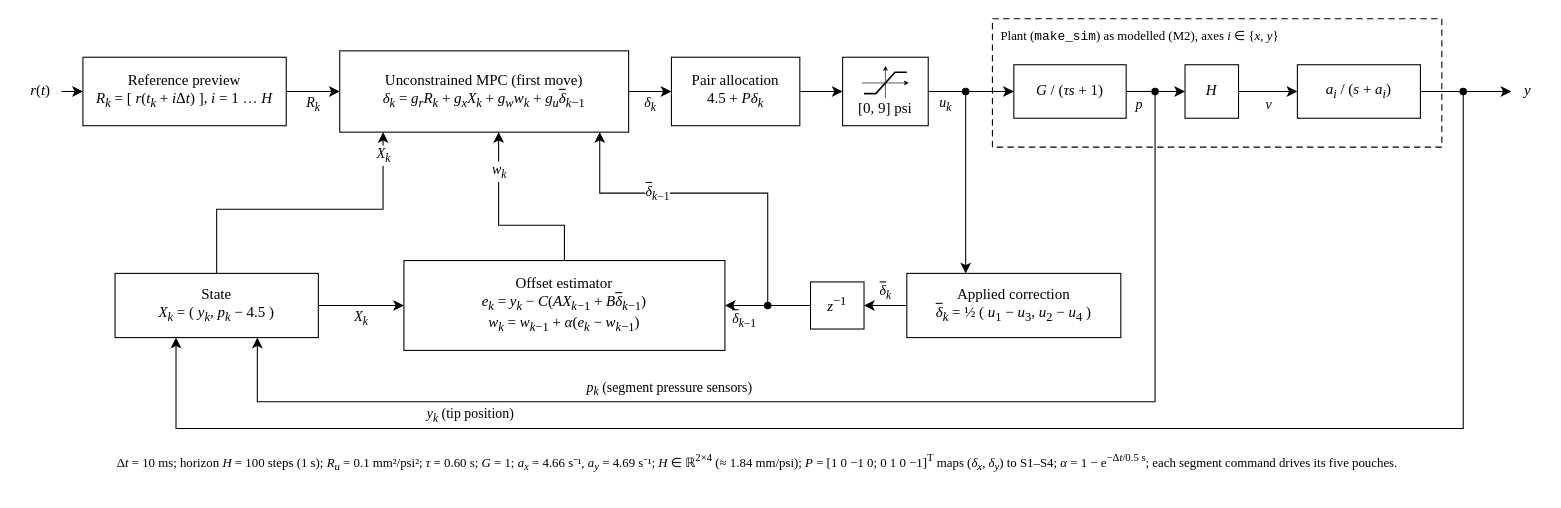
Above: page "MPC M2 submission (IEEE)" (1 of 7) of docs/diagrams/controllers.drawio in ibraheem-111/soft-pneumatic-arm-control (draw.io), before the change. Source tidied: cells renumbered, new cells numbered last; positions are measured from the earlier drawing's top-left corner, leaving out a move shared by most shapes. Both pictures are drawn from the tidied source at 107%, with x=0, y=0 at pixel (18, 18).
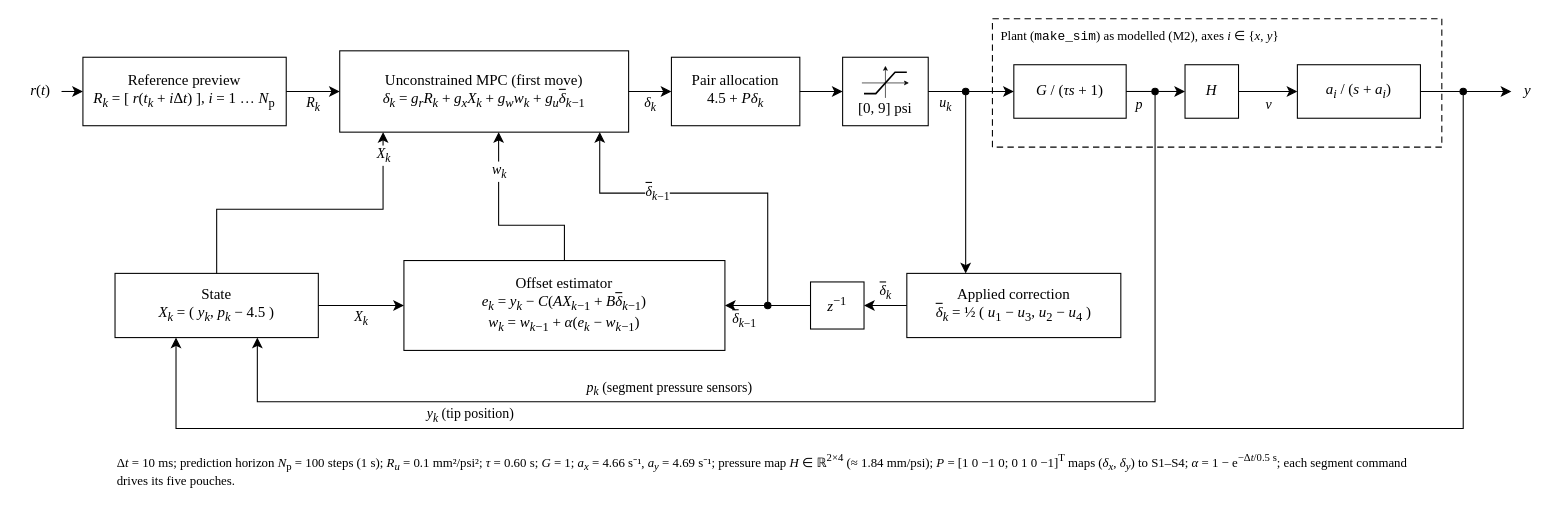
After the change.

Commit message (it also covers changes not shown here):
Diagrams: call the MPC horizon N_p so H only names the pressure map

The IEEE page used H for both the prediction horizon and the 2x4 pressure map.
The horizon is now N_p on the IEEE and Simulink pages, and the notes say
'pressure map H'.

The edit, as a diff of the source:
```diff
@@
-    <mxCell id="3" value="Reference preview&lt;br&gt;&lt;i&gt;R&lt;/i&gt;&lt;sub&gt;&lt;i&gt;k&lt;/i&gt;&lt;/sub&gt; = [ &lt;i&gt;r&lt;/i&gt;(&lt;i&gt;t&lt;/i&gt;&lt;sub&gt;&lt;i&gt;k&lt;/i&gt;&lt;/sub&gt; + &lt;i&gt;i&lt;/i&gt;Δ&lt;i&gt;t&lt;/i&gt;) ], &lt;i&gt;i&lt;/i&gt; = 1 … &lt;i&gt;H&lt;/i&gt;" style="rounded=0;whiteSpace=wrap;html=1;fillColor=#FFFFFF;strokeColor=#000000;strokeWidth=1;fontSize=14;fontFamily=Times New Roman;fontColor=#000000;" parent="1" vertex="1">
+    <mxCell id="3" value="Reference preview&lt;br&gt;&lt;i&gt;R&lt;/i&gt;&lt;sub&gt;&lt;i&gt;k&lt;/i&gt;&lt;/sub&gt; = [ &lt;i&gt;r&lt;/i&gt;(&lt;i&gt;t&lt;/i&gt;&lt;sub&gt;&lt;i&gt;k&lt;/i&gt;&lt;/sub&gt; + &lt;i&gt;i&lt;/i&gt;Δ&lt;i&gt;t&lt;/i&gt;) ], &lt;i&gt;i&lt;/i&gt; = 1 … &lt;i&gt;N&lt;/i&gt;&lt;sub&gt;p&lt;/sub&gt;" style="rounded=0;whiteSpace=wrap;html=1;fillColor=#FFFFFF;strokeColor=#000000;strokeWidth=1;fontSize=14;fontFamily=Times New Roman;fontColor=#000000;" parent="1" vertex="1">
       <mxGeometry x="60" y="36" width="190" height="64" as="geometry" />
     </mxCell>
@@
-    <mxCell id="44" value="Δ&lt;i&gt;t&lt;/i&gt; = 10 ms; horizon &lt;i&gt;H&lt;/i&gt; = 100 steps (1 s); &lt;i&gt;R&lt;/i&gt;&lt;sub&gt;&lt;i&gt;u&lt;/i&gt;&lt;/sub&gt; = 0.1 mm²/psi²; &lt;i&gt;τ&lt;/i&gt; = 0.60 s; &lt;i&gt;G&lt;/i&gt; = 1; &lt;i&gt;a&lt;/i&gt;&lt;sub&gt;&lt;i&gt;x&lt;/i&gt;&lt;/sub&gt; = 4.66 s⁻¹, &lt;i&gt;a&lt;/i&gt;&lt;sub&gt;&lt;i&gt;y&lt;/i&gt;&lt;/sub&gt; = 4.69 s⁻¹; &lt;i&gt;H&lt;/i&gt; ∈ ℝ&lt;sup&gt;2×4&lt;/sup&gt; (≈ 1.84 mm/psi); &lt;i&gt;P&lt;/i&gt; = [1 0 −1 0; 0 1 0 −1]&lt;sup&gt;T&lt;/sup&gt; maps (&lt;i&gt;δ&lt;/i&gt;&lt;sub&gt;&lt;i&gt;x&lt;/i&gt;&lt;/sub&gt;, &lt;i&gt;δ&lt;/i&gt;&lt;sub&gt;&lt;i&gt;y&lt;/i&gt;&lt;/sub&gt;) to S1–S4; &lt;i&gt;α&lt;/i&gt; = 1 − e&lt;sup&gt;−Δ&lt;i&gt;t&lt;/i&gt;/0.5 s&lt;/sup&gt;; each segment command drives its five pouches." style="text;html=1;align=left;verticalAlign=top;whiteSpace=wrap;fontSize=12;fontFamily=Times New Roman;fontColor=#000000;" parent="1" vertex="1">
+    <mxCell id="44" value="Δ&lt;i&gt;t&lt;/i&gt; = 10 ms; prediction horizon &lt;i&gt;N&lt;/i&gt;&lt;sub&gt;p&lt;/sub&gt; = 100 steps (1 s); &lt;i&gt;R&lt;/i&gt;&lt;sub&gt;&lt;i&gt;u&lt;/i&gt;&lt;/sub&gt; = 0.1 mm²/psi²; &lt;i&gt;τ&lt;/i&gt; = 0.60 s; &lt;i&gt;G&lt;/i&gt; = 1; &lt;i&gt;a&lt;/i&gt;&lt;sub&gt;&lt;i&gt;x&lt;/i&gt;&lt;/sub&gt; = 4.66 s⁻¹, &lt;i&gt;a&lt;/i&gt;&lt;sub&gt;&lt;i&gt;y&lt;/i&gt;&lt;/sub&gt; = 4.69 s⁻¹; pressure map &lt;i&gt;H&lt;/i&gt; ∈ ℝ&lt;sup&gt;2×4&lt;/sup&gt; (≈ 1.84 mm/psi); &lt;i&gt;P&lt;/i&gt; = [1 0 −1 0; 0 1 0 −1]&lt;sup&gt;T&lt;/sup&gt; maps (&lt;i&gt;δ&lt;/i&gt;&lt;sub&gt;&lt;i&gt;x&lt;/i&gt;&lt;/sub&gt;, &lt;i&gt;δ&lt;/i&gt;&lt;sub&gt;&lt;i&gt;y&lt;/i&gt;&lt;/sub&gt;) to S1–S4; &lt;i&gt;α&lt;/i&gt; = 1 − e&lt;sup&gt;−Δ&lt;i&gt;t&lt;/i&gt;/0.5 s&lt;/sup&gt;; each segment command drives its five pouches." style="text;html=1;align=left;verticalAlign=top;whiteSpace=wrap;fontSize=12;fontFamily=Times New Roman;fontColor=#000000;" parent="1" vertex="1">
       <mxGeometry x="90" y="398" width="1240" height="40" as="geometry" />
     </mxCell>
```
